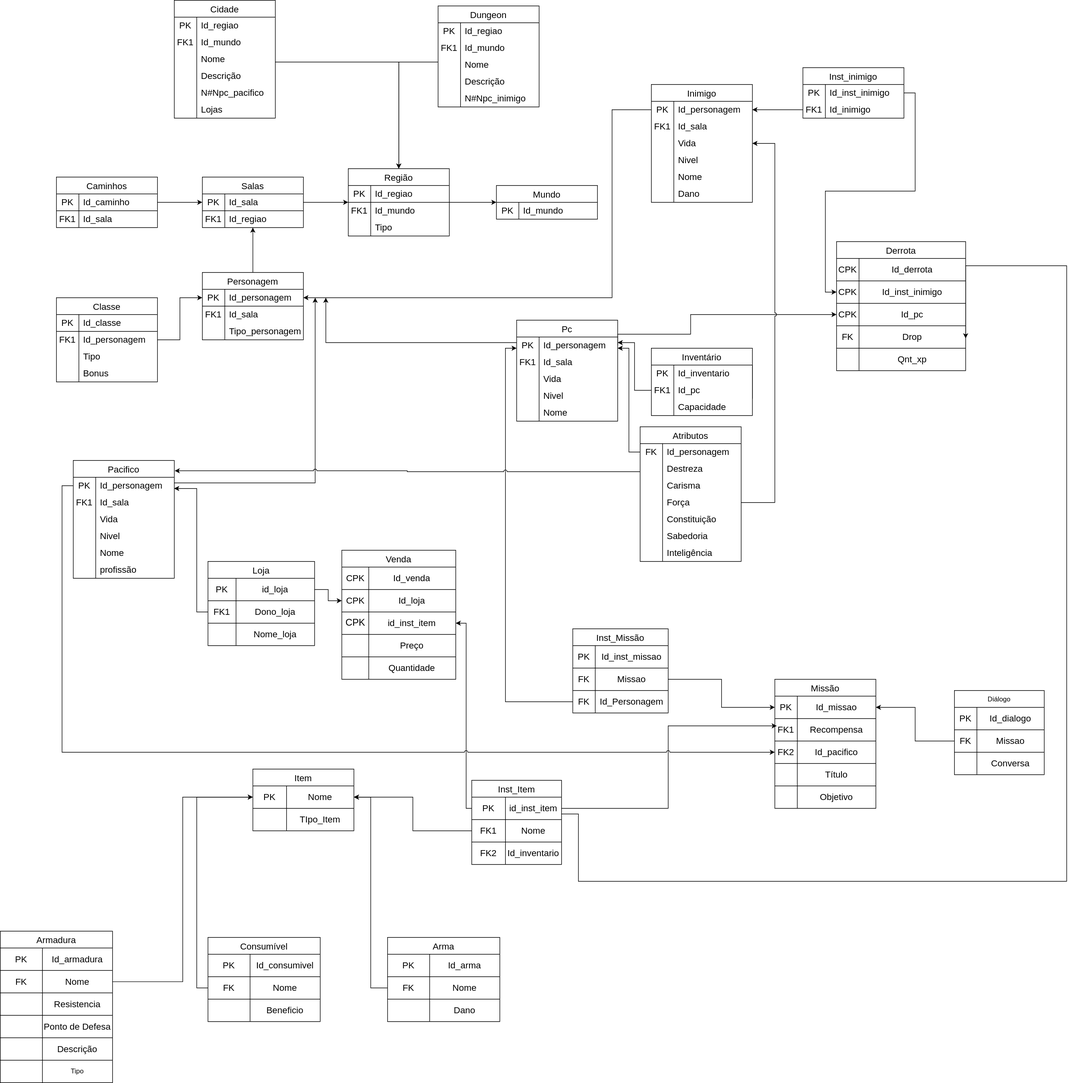
This is docs/modulo_01/MER.drawio.svg from SBD1/2024.2-D-D-classico, a draw.io export, as it was before one commit. Source tidied: cells renumbered, new cells last; positions are measured from the earlier drawing's top-left corner, leaving out a move shared by most shapes.
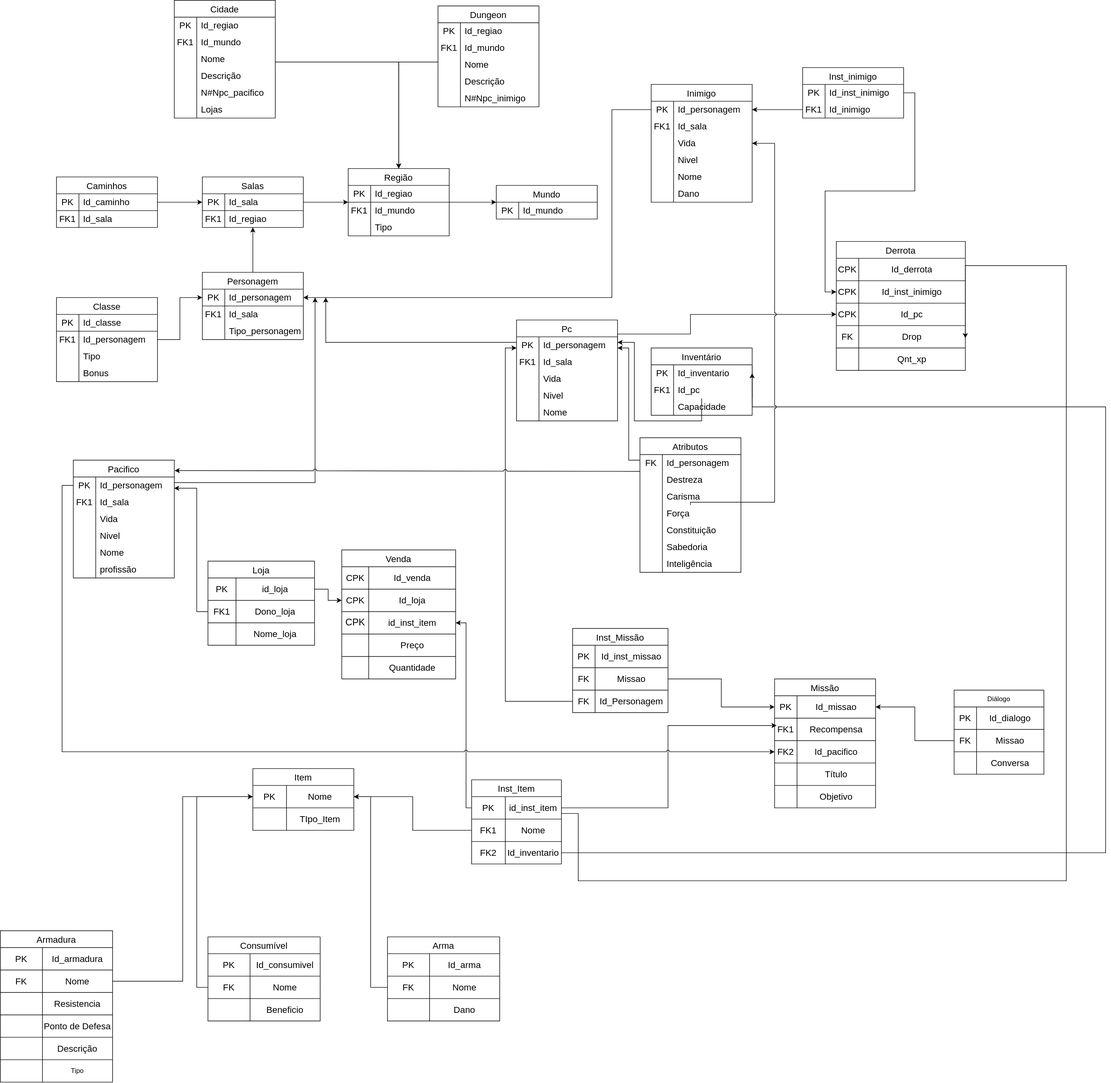
The same diagram one commit later.

Diff of the diagram source:
```diff
@@ -648,7 +648,7 @@
       <mxGeometry x="40" width="140" height="30" as="geometry" />
     </mxCell>
     <mxCell id="206" value="Atributos" style="shape=table;startSize=30;rowLines=0;fontStyle=0;strokeColor=default;fontSize=16;" parent="1" vertex="1">
-      <mxGeometry x="1140" y="760" width="180" height="240" as="geometry" />
+      <mxGeometry x="1140" y="780" width="180" height="240" as="geometry" />
     </mxCell>
     <mxCell id="207" style="shape=tableRow;horizontal=0;startSize=0;swimlaneHead=0;swimlaneBody=0;top=0;left=0;bottom=0;right=0;fillColor=none;points=[[0,0.5],[1,0.5]];portConstraint=eastwest;strokeColor=inherit;fontSize=16;" parent="206" vertex="1">
       <mxGeometry y="30" width="180" height="30" as="geometry" />
@@ -1102,9 +1102,8 @@
       <mxGeometry relative="1" as="geometry">
         <mxPoint x="1100" y="620" as="targetPoint" />
         <Array as="points">
-          <mxPoint x="1120" y="805" />
+          <mxPoint x="1120" y="820" />
           <mxPoint x="1120" y="620" />
-          <mxPoint x="1100" y="620" />
         </Array>
       </mxGeometry>
     </mxCell>
@@ -1112,12 +1111,19 @@
       <mxGeometry relative="1" as="geometry">
         <mxPoint x="1100" y="610" as="targetPoint" />
         <Array as="points">
-          <mxPoint x="1130" y="695" />
+          <mxPoint x="1130" y="750" />
           <mxPoint x="1130" y="610" />
-          <mxPoint x="1120" y="610" />
         </Array>
       </mxGeometry>
     </mxCell>
+    <mxCell id="351" style="edgeStyle=orthogonalEdgeStyle;rounded=0;jettySize=auto;html=1;entryX=1;entryY=0.5;entryDx=0;entryDy=0;" parent="1" edge="1" source="102" target="52">
+      <mxGeometry relative="1" as="geometry">
+        <Array as="points">
+          <mxPoint x="1970" y="1520" />
+          <mxPoint x="1970" y="725" />
+        </Array>
+      </mxGeometry>
+    </mxCell>
     <mxCell id="349" style="edgeStyle=orthogonalEdgeStyle;rounded=0;jettySize=auto;html=1;entryX=1.004;entryY=0.088;entryDx=0;entryDy=0;entryPerimeter=0;jumpStyle=arc;" parent="1" edge="1" source="210" target="228">
       <mxGeometry relative="1" as="geometry">
         <Array as="points">
```
